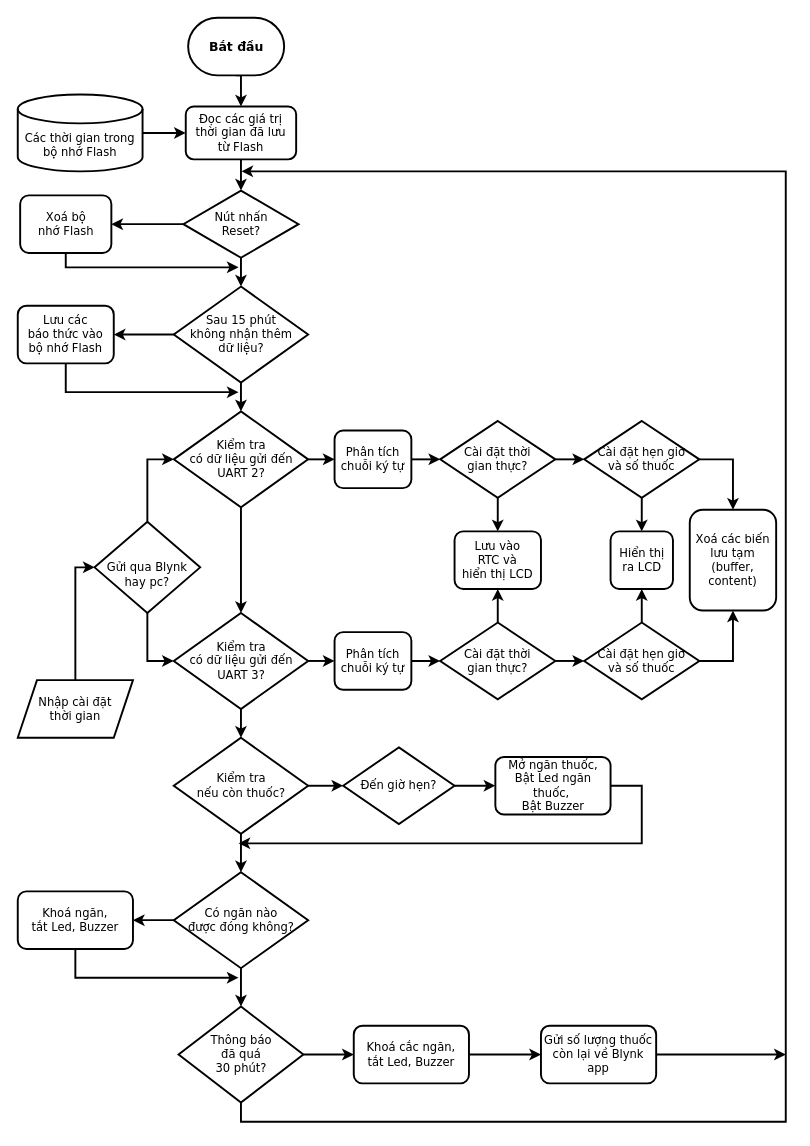
ducphan2003/demo keeps this draw.io diagram as SoftWare_Diagram.drawio. Above is the earlier version. Source tidied: cells renumbered, new cells numbered last; positions are measured from the earlier drawing's top-left corner, leaving out a move shared by most shapes. Both pictures are drawn from the tidied source at 96%, with x=0, y=0 at pixel (17, 17).
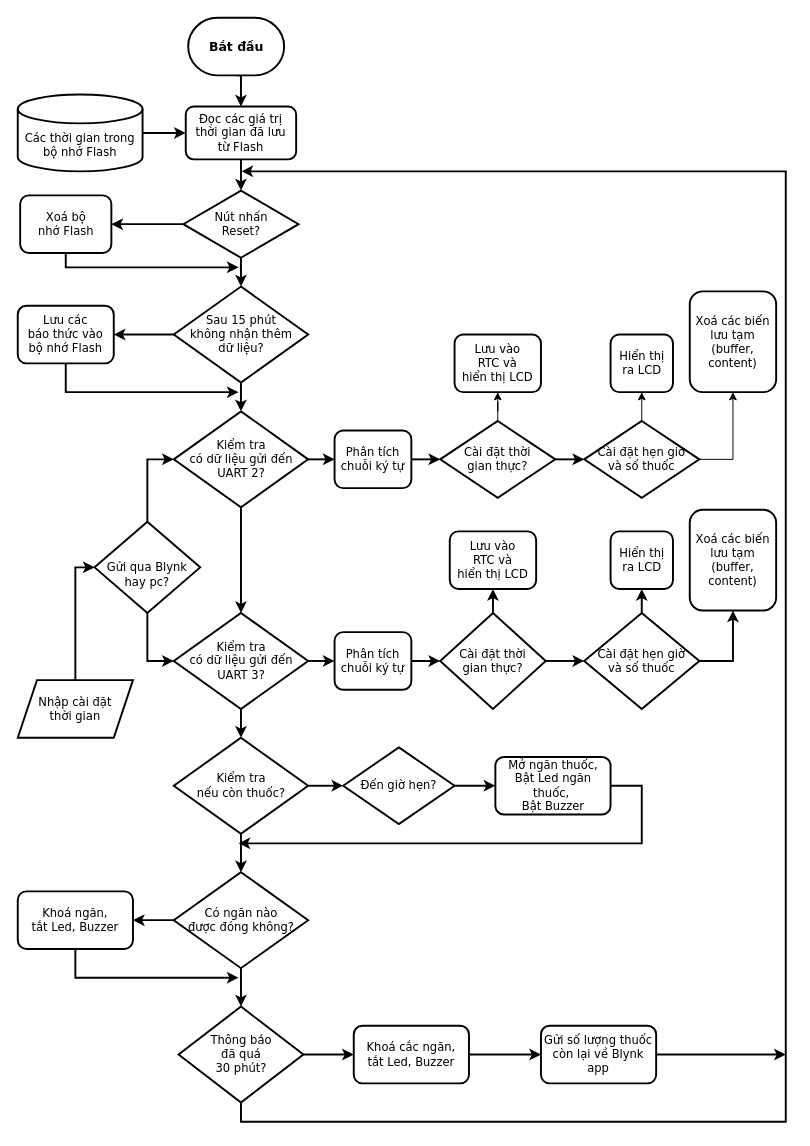
The same diagram, later.

The change refers to these unchanged cells:
```xml
<mxCell id="37" value="Cài đặt thời &lt;br&gt;gian thực?" style="rhombus;whiteSpace=wrap;html=1;strokeWidth=2;fontFamily=Verdana;fontStyle=0;" parent="1" vertex="1">
  <mxGeometry x="440" y="420" width="120" height="80" as="geometry" />
</mxCell>
<mxCell id="40" value="Cài đặt hẹn giờ&lt;br&gt;và số thuốc" style="rhombus;whiteSpace=wrap;html=1;strokeWidth=2;fontFamily=Verdana;fontStyle=0;" parent="1" vertex="1">
  <mxGeometry x="590" y="420" width="120" height="80" as="geometry" />
</mxCell>
<mxCell id="65" value="Xoá các biến lưu tạm (buffer, content)" style="rounded=1;whiteSpace=wrap;html=1;strokeWidth=2;fontFamily=Verdana;fontStyle=0;" parent="1" vertex="1">
  <mxGeometry x="700" y="512.5" width="90" height="105" as="geometry" />
</mxCell>
<mxCell id="66" value="Hiển thị &lt;br&gt;ra LCD" style="rounded=1;whiteSpace=wrap;html=1;fontFamily=Verdana;strokeWidth=2;" parent="1" vertex="1">
  <mxGeometry x="617.5" y="535" width="65" height="60" as="geometry" />
</mxCell>
```

What changed in the source:
```diff
@@
-    <mxCell id="36" style="edgeStyle=orthogonalEdgeStyle;rounded=0;jumpSize=6;jettySize=auto;html=1;exitX=0.5;exitY=1;exitDx=0;exitDy=0;entryX=0.5;entryY=0;entryDx=0;entryDy=0;fontFamily=Verdana;strokeWidth=2;" parent="1" edge="1" source="37" target="64">
-      <mxGeometry relative="1" as="geometry" />
-    </mxCell>
+    <mxCell id="67" style="edgeStyle=orthogonalEdgeStyle;rounded=0;jettySize=auto;html=1;exitX=0.5;exitY=0;exitDx=0;exitDy=0;" parent="1" edge="1" source="37" target="70">
+      <mxGeometry relative="1" as="geometry" />
+    </mxCell>
@@
-    <mxCell id="38" style="edgeStyle=orthogonalEdgeStyle;rounded=0;jumpSize=6;jettySize=auto;html=1;exitX=0.5;exitY=1;exitDx=0;exitDy=0;entryX=0.5;entryY=0;entryDx=0;entryDy=0;fontFamily=Verdana;strokeWidth=2;" parent="1" edge="1" source="40" target="66">
-      <mxGeometry relative="1" as="geometry" />
-    </mxCell>
-    <mxCell id="39" style="edgeStyle=orthogonalEdgeStyle;rounded=0;jumpSize=6;jettySize=auto;html=1;exitX=1;exitY=0.5;exitDx=0;exitDy=0;entryX=0.5;entryY=0;entryDx=0;entryDy=0;fontFamily=Verdana;strokeWidth=2;" parent="1" edge="1" source="40" target="65">
-      <mxGeometry relative="1" as="geometry" />
-    </mxCell>
+    <mxCell id="68" style="edgeStyle=orthogonalEdgeStyle;rounded=0;jettySize=auto;html=1;exitX=0.5;exitY=0;exitDx=0;exitDy=0;entryX=0.5;entryY=1;entryDx=0;entryDy=0;" parent="1" edge="1" source="40" target="71">
+      <mxGeometry relative="1" as="geometry" />
+    </mxCell>
+    <mxCell id="69" style="edgeStyle=orthogonalEdgeStyle;rounded=0;jettySize=auto;html=1;exitX=1;exitY=0.5;exitDx=0;exitDy=0;entryX=0.5;entryY=1;entryDx=0;entryDy=0;" parent="1" edge="1" source="40" target="72">
+      <mxGeometry relative="1" as="geometry" />
+    </mxCell>
@@
     <mxCell id="60" value="Cài đặt thời &lt;br&gt;gian thực?" style="rhombus;whiteSpace=wrap;html=1;strokeWidth=2;fontFamily=Verdana;fontStyle=0;" parent="1" vertex="1">
-      <mxGeometry x="440" y="630" width="120" height="80" as="geometry" />
+      <mxGeometry x="440" y="620" width="110" height="100" as="geometry" />
     </mxCell>
@@
     <mxCell id="63" value="Cài đặt hẹn giờ&lt;br&gt;và số thuốc" style="rhombus;whiteSpace=wrap;html=1;strokeWidth=2;fontFamily=Verdana;fontStyle=0;" parent="1" vertex="1">
-      <mxGeometry x="590" y="630" width="120" height="80" as="geometry" />
+      <mxGeometry x="590" y="620" width="120" height="100" as="geometry" />
     </mxCell>
     <mxCell id="64" value="Lưu vào &lt;br&gt;RTC và &lt;br&gt;hiển thị LCD" style="rounded=1;whiteSpace=wrap;html=1;strokeWidth=2;fontFamily=Verdana;fontStyle=0;" parent="1" vertex="1">
-      <mxGeometry x="455" y="535" width="90" height="60" as="geometry" />
+      <mxGeometry x="450" y="535" width="90" height="60" as="geometry" />
     </mxCell>
@@
+    <mxCell id="70" value="Lưu vào &lt;br&gt;RTC và &lt;br&gt;hiển thị LCD" style="rounded=1;whiteSpace=wrap;html=1;strokeWidth=2;fontFamily=Verdana;fontStyle=0;" parent="1" vertex="1">
+      <mxGeometry x="455" y="330" width="90" height="60" as="geometry" />
+    </mxCell>
+    <mxCell id="71" value="Hiển thị &lt;br&gt;ra LCD" style="rounded=1;whiteSpace=wrap;html=1;fontFamily=Verdana;strokeWidth=2;" parent="1" vertex="1">
+      <mxGeometry x="617.5" y="330" width="65" height="60" as="geometry" />
+    </mxCell>
+    <mxCell id="72" value="Xoá các biến lưu tạm (buffer, content)" style="rounded=1;whiteSpace=wrap;html=1;strokeWidth=2;fontFamily=Verdana;fontStyle=0;" parent="1" vertex="1">
+      <mxGeometry x="700" y="285" width="90" height="105" as="geometry" />
+    </mxCell>
```
